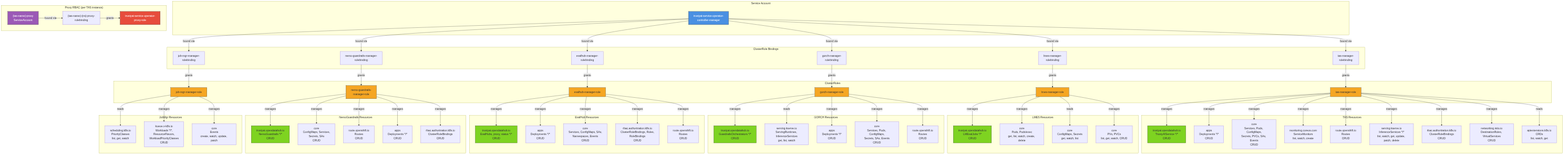
Above: architecture/rhoai.next/diagrams/trustyai-service-operator-rbac.png in rhuss/architecture-context (Mermaid), before the change. Its source is kept beside it as architecture/rhoai.next/diagrams/trustyai-service-operator-rbac.mmd. Source of this version:
```mermaid
graph TD
    subgraph ServiceAccount["Service Account"]
        SA["trustyai-service-operator-<br/>controller-manager"]
    end

    subgraph ClusterRoleBindings["ClusterRole Bindings"]
        TASBinding["tas-manager-<br/>rolebinding"]
        LMESBinding["lmes-manager-<br/>rolebinding"]
        GORCHBinding["gorch-manager-<br/>rolebinding"]
        EvalHubBinding["evalhub-manager-<br/>rolebinding"]
        NemoBinding["nemo-guardrails-manager-<br/>rolebinding"]
        JobMgrBinding["job-mgr-manager-<br/>rolebinding"]
    end

    subgraph ClusterRoles["ClusterRoles"]
        TASRole["tas-manager-role"]
        LMESRole["lmes-manager-role"]
        GORCHRole["gorch-manager-role"]
        EvalHubRole["evalhub-manager-role"]
        NemoRole["nemo-guardrails-<br/>manager-role"]
        JobMgrRole["job-mgr-manager-role"]
    end

    SA -->|bound via| TASBinding
    SA -->|bound via| LMESBinding
    SA -->|bound via| GORCHBinding
    SA -->|bound via| EvalHubBinding
    SA -->|bound via| NemoBinding
    SA -->|bound via| JobMgrBinding

    TASBinding -->|grants| TASRole
    LMESBinding -->|grants| LMESRole
    GORCHBinding -->|grants| GORCHRole
    EvalHubBinding -->|grants| EvalHubRole
    NemoBinding -->|grants| NemoRole
    JobMgrBinding -->|grants| JobMgrRole

    subgraph TASResources["TAS Resources"]
        TAS_CRD["trustyai.opendatahub.io<br/>TrustyAIService */*<br/>CRUD"]
        TAS_Apps["apps<br/>Deployments */*<br/>CRUD"]
        TAS_Core["core<br/>Services, Pods, ConfigMaps,<br/>Secrets, PVCs, SAs, Events<br/>CRUD"]
        TAS_Monitoring["monitoring.coreos.com<br/>ServiceMonitors<br/>list, watch, create"]
        TAS_Routes["route.openshift.io<br/>Routes<br/>CRUD"]
        TAS_KServe["serving.kserve.io<br/>InferenceServices */*<br/>list, watch, get, update, patch, delete"]
        TAS_RBAC["rbac.authorization.k8s.io<br/>ClusterRoleBindings<br/>CRUD"]
        TAS_Istio["networking.istio.io<br/>DestinationRules, VirtualServices<br/>CRUD"]
        TAS_CRDDef["apiextensions.k8s.io<br/>CRDs<br/>list, watch, get"]
    end

    subgraph LMESResources["LMES Resources"]
        LMES_CRD["trustyai.opendatahub.io<br/>LMEvalJobs */*<br/>CRUD"]
        LMES_Pods["core<br/>Pods, Pods/exec<br/>get, list, watch, create, delete"]
        LMES_Config["core<br/>ConfigMaps, Secrets<br/>get, watch, list"]
        LMES_PV["core<br/>PVs, PVCs<br/>list, get, watch, CRUD"]
    end

    subgraph GORCHResources["GORCH Resources"]
        GORCH_CRD["trustyai.opendatahub.io<br/>GuardrailsOrchestrators */*<br/>CRUD"]
        GORCH_KServe["serving.kserve.io<br/>ServingRuntimes, InferenceServices<br/>get, list, watch"]
        GORCH_Apps["apps<br/>Deployments */*<br/>CRUD"]
        GORCH_Core["core<br/>Services, Pods, ConfigMaps,<br/>Secrets, SAs, Events<br/>CRUD"]
        GORCH_Routes["route.openshift.io<br/>Routes<br/>CRUD"]
    end

    subgraph EvalHubResources["EvalHub Resources"]
        EH_CRD["trustyai.opendatahub.io<br/>EvalHubs, proxy, status */*<br/>CRUD"]
        EH_Apps["apps<br/>Deployments */*<br/>CRUD"]
        EH_Core["core<br/>Services, ConfigMaps, SAs,<br/>Namespaces, Events<br/>CRUD"]
        EH_RBAC["rbac.authorization.k8s.io<br/>ClusterRoleBindings, Roles,<br/>RoleBindings<br/>CRUD"]
        EH_Routes["route.openshift.io<br/>Routes<br/>CRUD"]
    end

    subgraph NemoResources["NemoGuardrails Resources"]
        NEMO_CRD["trustyai.opendatahub.io<br/>NemoGuardrails */*<br/>CRUD"]
        NEMO_Core["core<br/>ConfigMaps, Services,<br/>Secrets, SAs<br/>CRUD"]
        NEMO_Routes["route.openshift.io<br/>Routes<br/>CRUD"]
        NEMO_Apps["apps<br/>Deployments */*<br/>CRUD"]
        NEMO_RBAC["rbac.authorization.k8s.io<br/>ClusterRoleBindings<br/>CRUD"]
    end

    subgraph JobMgrResources["JobMgr Resources"]
        JM_Sched["scheduling.k8s.io<br/>PriorityClasses<br/>list, get, watch"]
        JM_Kueue["kueue.x-k8s.io<br/>Workloads */*,<br/>ResourceFlavors,<br/>WorkloadPriorityClasses<br/>CRUD"]
        JM_Events["core<br/>Events<br/>create, watch, update, patch"]
    end

    TASRole -->|manages| TAS_CRD
    TASRole -->|manages| TAS_Apps
    TASRole -->|manages| TAS_Core
    TASRole -->|manages| TAS_Monitoring
    TASRole -->|manages| TAS_Routes
    TASRole -->|manages| TAS_KServe
    TASRole -->|manages| TAS_RBAC
    TASRole -->|manages| TAS_Istio
    TASRole -->|reads| TAS_CRDDef

    LMESRole -->|manages| LMES_CRD
    LMESRole -->|manages| LMES_Pods
    LMESRole -->|reads| LMES_Config
    LMESRole -->|manages| LMES_PV

    GORCHRole -->|manages| GORCH_CRD
    GORCHRole -->|reads| GORCH_KServe
    GORCHRole -->|manages| GORCH_Apps
    GORCHRole -->|manages| GORCH_Core
    GORCHRole -->|manages| GORCH_Routes

    EvalHubRole -->|manages| EH_CRD
    EvalHubRole -->|manages| EH_Apps
    EvalHubRole -->|manages| EH_Core
    EvalHubRole -->|manages| EH_RBAC
    EvalHubRole -->|manages| EH_Routes

    NemoRole -->|manages| NEMO_CRD
    NemoRole -->|manages| NEMO_Core
    NemoRole -->|manages| NEMO_Routes
    NemoRole -->|manages| NEMO_Apps
    NemoRole -->|manages| NEMO_RBAC

    JobMgrRole -->|reads| JM_Sched
    JobMgrRole -->|manages| JM_Kueue
    JobMgrRole -->|manages| JM_Events

    subgraph ProxyRBAC["Proxy RBAC (per TAS instance)"]
        ProxySA["{tas-name}-proxy<br/>ServiceAccount"]
        ProxyBinding["{tas-name}-{ns}-proxy-<br/>rolebinding"]
        ProxyRole["trustyai-service-operator-<br/>proxy-role"]
        ProxySA -->|bound via| ProxyBinding
        ProxyBinding -->|grants| ProxyRole
    end

    style SA fill:#4a90e2,stroke:#333,color:#fff
    style TASRole fill:#f5a623,stroke:#333,color:#333
    style LMESRole fill:#f5a623,stroke:#333,color:#333
    style GORCHRole fill:#f5a623,stroke:#333,color:#333
    style EvalHubRole fill:#f5a623,stroke:#333,color:#333
    style NemoRole fill:#f5a623,stroke:#333,color:#333
    style JobMgrRole fill:#f5a623,stroke:#333,color:#333

    style TAS_CRD fill:#7ed321,stroke:#333,color:#333
    style LMES_CRD fill:#7ed321,stroke:#333,color:#333
    style GORCH_CRD fill:#7ed321,stroke:#333,color:#333
    style EH_CRD fill:#7ed321,stroke:#333,color:#333
    style NEMO_CRD fill:#7ed321,stroke:#333,color:#333

    style ProxySA fill:#9b59b6,stroke:#333,color:#fff
    style ProxyRole fill:#e74c3c,stroke:#333,color:#fff
```
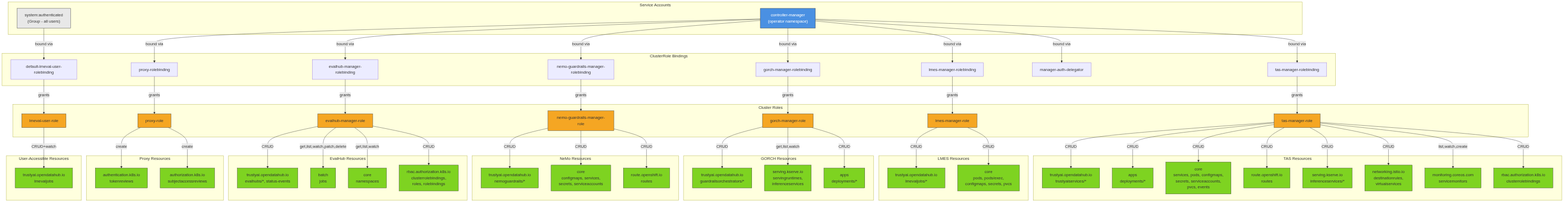
After the change.

What changed in the source:
```diff
@@ -1,147 +1,152 @@
 graph TD
-    subgraph ServiceAccount["Service Account"]
-        SA["trustyai-service-operator-<br/>controller-manager"]
+    subgraph ServiceAccounts["Service Accounts"]
+        SA["controller-manager<br/>(operator namespace)"]
+        AuthGroup["system:authenticated<br/>(Group - all users)"]
     end
 
     subgraph ClusterRoleBindings["ClusterRole Bindings"]
-        TASBinding["tas-manager-<br/>rolebinding"]
-        LMESBinding["lmes-manager-<br/>rolebinding"]
-        GORCHBinding["gorch-manager-<br/>rolebinding"]
-        EvalHubBinding["evalhub-manager-<br/>rolebinding"]
-        NemoBinding["nemo-guardrails-manager-<br/>rolebinding"]
-        JobMgrBinding["job-mgr-manager-<br/>rolebinding"]
+        TASBinding["tas-manager-rolebinding"]
+        LMESBinding["lmes-manager-rolebinding"]
+        GORCHBinding["gorch-manager-rolebinding"]
+        NEMOBinding["nemo-guardrails-manager-rolebinding"]
+        EHBinding["evalhub-manager-rolebinding"]
+        ProxyBinding["proxy-rolebinding"]
+        AuthDelegator["manager-auth-delegator"]
+        LMEvalUserBinding["default-lmeval-user-rolebinding"]
     end
 
-    subgraph ClusterRoles["ClusterRoles"]
+    subgraph ClusterRoles["Cluster Roles"]
         TASRole["tas-manager-role"]
         LMESRole["lmes-manager-role"]
         GORCHRole["gorch-manager-role"]
-        EvalHubRole["evalhub-manager-role"]
-        NemoRole["nemo-guardrails-<br/>manager-role"]
-        JobMgrRole["job-mgr-manager-role"]
+        NEMORole["nemo-guardrails-manager-role"]
+        EHRole["evalhub-manager-role"]
+        ProxyRole["proxy-role"]
+        LMEvalUserRole["lmeval-user-role"]
+    end
+
+    subgraph TASResources["TAS Resources"]
+        TAS_CRD["trustyai.opendatahub.io<br/>trustyaiservices/*"]
+        TAS_Apps["apps<br/>deployments/*"]
+        TAS_Core["core<br/>services, pods, configmaps,<br/>secrets, serviceaccounts,<br/>pvcs, events"]
+        TAS_Route["route.openshift.io<br/>routes"]
+        TAS_KServe["serving.kserve.io<br/>inferenceservices/*"]
+        TAS_Istio["networking.istio.io<br/>destinationrules,<br/>virtualservices"]
+        TAS_Mon["monitoring.coreos.com<br/>servicemonitors"]
+        TAS_RBAC["rbac.authorization.k8s.io<br/>clusterrolebindings"]
+    end
+
+    subgraph LMESResources["LMES Resources"]
+        LMES_CRD["trustyai.opendatahub.io<br/>lmevaljobs/*"]
+        LMES_Core["core<br/>pods, pods/exec,<br/>configmaps, secrets, pvcs"]
+    end
+
+    subgraph GORCHResources["GORCH Resources"]
+        GORCH_CRD["trustyai.opendatahub.io<br/>guardrailsorchestrators/*"]
+        GORCH_KServe["serving.kserve.io<br/>servingruntimes,<br/>inferenceservices"]
+        GORCH_Apps["apps<br/>deployments/*"]
+    end
+
+    subgraph NEMOResources["NeMo Resources"]
+        NEMO_CRD["trustyai.opendatahub.io<br/>nemoguardrails/*"]
+        NEMO_Core["core<br/>configmaps, services,<br/>secrets, serviceaccounts"]
+        NEMO_Route["route.openshift.io<br/>routes"]
+    end
+
+    subgraph EHResources["EvalHub Resources"]
+        EH_CRD["trustyai.opendatahub.io<br/>evalhubs/*, status-events"]
+        EH_Batch["batch<br/>jobs"]
+        EH_NS["core<br/>namespaces"]
+        EH_RBAC["rbac.authorization.k8s.io<br/>clusterrolebindings,<br/>roles, rolebindings"]
+    end
+
+    subgraph ProxyResources["Proxy Resources"]
+        Proxy_Auth["authentication.k8s.io<br/>tokenreviews"]
+        Proxy_Authz["authorization.k8s.io<br/>subjectaccessreviews"]
+    end
+
+    subgraph UserResources["User-Accessible Resources"]
+        User_LMES["trustyai.opendatahub.io<br/>lmevaljobs"]
     end
 
     SA -->|bound via| TASBinding
     SA -->|bound via| LMESBinding
     SA -->|bound via| GORCHBinding
-    SA -->|bound via| EvalHubBinding
-    SA -->|bound via| NemoBinding
-    SA -->|bound via| JobMgrBinding
+    SA -->|bound via| NEMOBinding
+    SA -->|bound via| EHBinding
+    SA -->|bound via| ProxyBinding
+    SA -->|bound via| AuthDelegator
+    AuthGroup -->|bound via| LMEvalUserBinding
 
     TASBinding -->|grants| TASRole
     LMESBinding -->|grants| LMESRole
     GORCHBinding -->|grants| GORCHRole
-    EvalHubBinding -->|grants| EvalHubRole
-    NemoBinding -->|grants| NemoRole
-    JobMgrBinding -->|grants| JobMgrRole
+    NEMOBinding -->|grants| NEMORole
+    EHBinding -->|grants| EHRole
+    ProxyBinding -->|grants| ProxyRole
+    LMEvalUserBinding -->|grants| LMEvalUserRole
 
-    subgraph TASResources["TAS Resources"]
-        TAS_CRD["trustyai.opendatahub.io<br/>TrustyAIService */*<br/>CRUD"]
-        TAS_Apps["apps<br/>Deployments */*<br/>CRUD"]
-        TAS_Core["core<br/>Services, Pods, ConfigMaps,<br/>Secrets, PVCs, SAs, Events<br/>CRUD"]
-        TAS_Monitoring["monitoring.coreos.com<br/>ServiceMonitors<br/>list, watch, create"]
-        TAS_Routes["route.openshift.io<br/>Routes<br/>CRUD"]
-        TAS_KServe["serving.kserve.io<br/>InferenceServices */*<br/>list, watch, get, update, patch, delete"]
-        TAS_RBAC["rbac.authorization.k8s.io<br/>ClusterRoleBindings<br/>CRUD"]
-        TAS_Istio["networking.istio.io<br/>DestinationRules, VirtualServices<br/>CRUD"]
-        TAS_CRDDef["apiextensions.k8s.io<br/>CRDs<br/>list, watch, get"]
-    end
+    TASRole -->|"CRUD"| TAS_CRD
+    TASRole -->|"CRUD"| TAS_Apps
+    TASRole -->|"CRUD"| TAS_Core
+    TASRole -->|"CRUD"| TAS_Route
+    TASRole -->|"CRUD"| TAS_KServe
+    TASRole -->|"CRUD"| TAS_Istio
+    TASRole -->|"list,watch,create"| TAS_Mon
+    TASRole -->|"CRUD"| TAS_RBAC
 
-    subgraph LMESResources["LMES Resources"]
-        LMES_CRD["trustyai.opendatahub.io<br/>LMEvalJobs */*<br/>CRUD"]
-        LMES_Pods["core<br/>Pods, Pods/exec<br/>get, list, watch, create, delete"]
-        LMES_Config["core<br/>ConfigMaps, Secrets<br/>get, watch, list"]
-        LMES_PV["core<br/>PVs, PVCs<br/>list, get, watch, CRUD"]
-    end
+    LMESRole -->|"CRUD"| LMES_CRD
+    LMESRole -->|"CRUD"| LMES_Core
 
-    subgraph GORCHResources["GORCH Resources"]
-        GORCH_CRD["trustyai.opendatahub.io<br/>GuardrailsOrchestrators */*<br/>CRUD"]
-        GORCH_KServe["serving.kserve.io<br/>ServingRuntimes, InferenceServices<br/>get, list, watch"]
-        GORCH_Apps["apps<br/>Deployments */*<br/>CRUD"]
-        GORCH_Core["core<br/>Services, Pods, ConfigMaps,<br/>Secrets, SAs, Events<br/>CRUD"]
-        GORCH_Routes["route.openshift.io<br/>Routes<br/>CRUD"]
-    end
+    GORCHRole -->|"CRUD"| GORCH_CRD
+    GORCHRole -->|"get,list,watch"| GORCH_KServe
+    GORCHRole -->|"CRUD"| GORCH_Apps
 
-    subgraph EvalHubResources["EvalHub Resources"]
-        EH_CRD["trustyai.opendatahub.io<br/>EvalHubs, proxy, status */*<br/>CRUD"]
-        EH_Apps["apps<br/>Deployments */*<br/>CRUD"]
-        EH_Core["core<br/>Services, ConfigMaps, SAs,<br/>Namespaces, Events<br/>CRUD"]
-        EH_RBAC["rbac.authorization.k8s.io<br/>ClusterRoleBindings, Roles,<br/>RoleBindings<br/>CRUD"]
-        EH_Routes["route.openshift.io<br/>Routes<br/>CRUD"]
-    end
+    NEMORole -->|"CRUD"| NEMO_CRD
+    NEMORole -->|"CRUD"| NEMO_Core
+    NEMORole -->|"CRUD"| NEMO_Route
 
-    subgraph NemoResources["NemoGuardrails Resources"]
-        NEMO_CRD["trustyai.opendatahub.io<br/>NemoGuardrails */*<br/>CRUD"]
-        NEMO_Core["core<br/>ConfigMaps, Services,<br/>Secrets, SAs<br/>CRUD"]
-        NEMO_Routes["route.openshift.io<br/>Routes<br/>CRUD"]
-        NEMO_Apps["apps<br/>Deployments */*<br/>CRUD"]
-        NEMO_RBAC["rbac.authorization.k8s.io<br/>ClusterRoleBindings<br/>CRUD"]
-    end
+    EHRole -->|"CRUD"| EH_CRD
+    EHRole -->|"get,list,watch,patch,delete"| EH_Batch
+    EHRole -->|"get,list,watch"| EH_NS
+    EHRole -->|"CRUD"| EH_RBAC
 
-    subgraph JobMgrResources["JobMgr Resources"]
-        JM_Sched["scheduling.k8s.io<br/>PriorityClasses<br/>list, get, watch"]
-        JM_Kueue["kueue.x-k8s.io<br/>Workloads */*,<br/>ResourceFlavors,<br/>WorkloadPriorityClasses<br/>CRUD"]
-        JM_Events["core<br/>Events<br/>create, watch, update, patch"]
-    end
+    ProxyRole -->|"create"| Proxy_Auth
+    ProxyRole -->|"create"| Proxy_Authz
 
-    TASRole -->|manages| TAS_CRD
-    TASRole -->|manages| TAS_Apps
-    TASRole -->|manages| TAS_Core
-    TASRole -->|manages| TAS_Monitoring
-    TASRole -->|manages| TAS_Routes
-    TASRole -->|manages| TAS_KServe
-    TASRole -->|manages| TAS_RBAC
-    TASRole -->|manages| TAS_Istio
-    TASRole -->|reads| TAS_CRDDef
-
-    LMESRole -->|manages| LMES_CRD
-    LMESRole -->|manages| LMES_Pods
-    LMESRole -->|reads| LMES_Config
-    LMESRole -->|manages| LMES_PV
-
-    GORCHRole -->|manages| GORCH_CRD
-    GORCHRole -->|reads| GORCH_KServe
-    GORCHRole -->|manages| GORCH_Apps
-    GORCHRole -->|manages| GORCH_Core
-    GORCHRole -->|manages| GORCH_Routes
-
-    EvalHubRole -->|manages| EH_CRD
-    EvalHubRole -->|manages| EH_Apps
-    EvalHubRole -->|manages| EH_Core
-    EvalHubRole -->|manages| EH_RBAC
-    EvalHubRole -->|manages| EH_Routes
-
-    NemoRole -->|manages| NEMO_CRD
-    NemoRole -->|manages| NEMO_Core
-    NemoRole -->|manages| NEMO_Routes
-    NemoRole -->|manages| NEMO_Apps
-    NemoRole -->|manages| NEMO_RBAC
-
-    JobMgrRole -->|reads| JM_Sched
-    JobMgrRole -->|manages| JM_Kueue
-    JobMgrRole -->|manages| JM_Events
-
-    subgraph ProxyRBAC["Proxy RBAC (per TAS instance)"]
-        ProxySA["{tas-name}-proxy<br/>ServiceAccount"]
-        ProxyBinding["{tas-name}-{ns}-proxy-<br/>rolebinding"]
-        ProxyRole["trustyai-service-operator-<br/>proxy-role"]
-        ProxySA -->|bound via| ProxyBinding
-        ProxyBinding -->|grants| ProxyRole
-    end
+    LMEvalUserRole -->|"CRUD+watch"| User_LMES
 
     style SA fill:#4a90e2,stroke:#333,color:#fff
-    style TASRole fill:#f5a623,stroke:#333,color:#333
-    style LMESRole fill:#f5a623,stroke:#333,color:#333
-    style GORCHRole fill:#f5a623,stroke:#333,color:#333
-    style EvalHubRole fill:#f5a623,stroke:#333,color:#333
-    style NemoRole fill:#f5a623,stroke:#333,color:#333
-    style JobMgrRole fill:#f5a623,stroke:#333,color:#333
+    style AuthGroup fill:#e8e8e8,stroke:#333
 
-    style TAS_CRD fill:#7ed321,stroke:#333,color:#333
-    style LMES_CRD fill:#7ed321,stroke:#333,color:#333
-    style GORCH_CRD fill:#7ed321,stroke:#333,color:#333
-    style EH_CRD fill:#7ed321,stroke:#333,color:#333
-    style NEMO_CRD fill:#7ed321,stroke:#333,color:#333
+    style TASRole fill:#f5a623,stroke:#333
+    style LMESRole fill:#f5a623,stroke:#333
+    style GORCHRole fill:#f5a623,stroke:#333
+    style NEMORole fill:#f5a623,stroke:#333
+    style EHRole fill:#f5a623,stroke:#333
+    style ProxyRole fill:#f5a623,stroke:#333
+    style LMEvalUserRole fill:#f5a623,stroke:#333
 
-    style ProxySA fill:#9b59b6,stroke:#333,color:#fff
-    style ProxyRole fill:#e74c3c,stroke:#333,color:#fff
+    style TAS_CRD fill:#7ed321,stroke:#333
+    style TAS_Apps fill:#7ed321,stroke:#333
+    style TAS_Core fill:#7ed321,stroke:#333
+    style TAS_Route fill:#7ed321,stroke:#333
+    style TAS_KServe fill:#7ed321,stroke:#333
+    style TAS_Istio fill:#7ed321,stroke:#333
+    style TAS_Mon fill:#7ed321,stroke:#333
+    style TAS_RBAC fill:#7ed321,stroke:#333
+    style LMES_CRD fill:#7ed321,stroke:#333
+    style LMES_Core fill:#7ed321,stroke:#333
+    style GORCH_CRD fill:#7ed321,stroke:#333
+    style GORCH_KServe fill:#7ed321,stroke:#333
+    style GORCH_Apps fill:#7ed321,stroke:#333
+    style NEMO_CRD fill:#7ed321,stroke:#333
+    style NEMO_Core fill:#7ed321,stroke:#333
+    style NEMO_Route fill:#7ed321,stroke:#333
+    style EH_CRD fill:#7ed321,stroke:#333
+    style EH_Batch fill:#7ed321,stroke:#333
+    style EH_NS fill:#7ed321,stroke:#333
+    style EH_RBAC fill:#7ed321,stroke:#333
+    style Proxy_Auth fill:#7ed321,stroke:#333
+    style Proxy_Authz fill:#7ed321,stroke:#333
+    style User_LMES fill:#7ed321,stroke:#333
```
